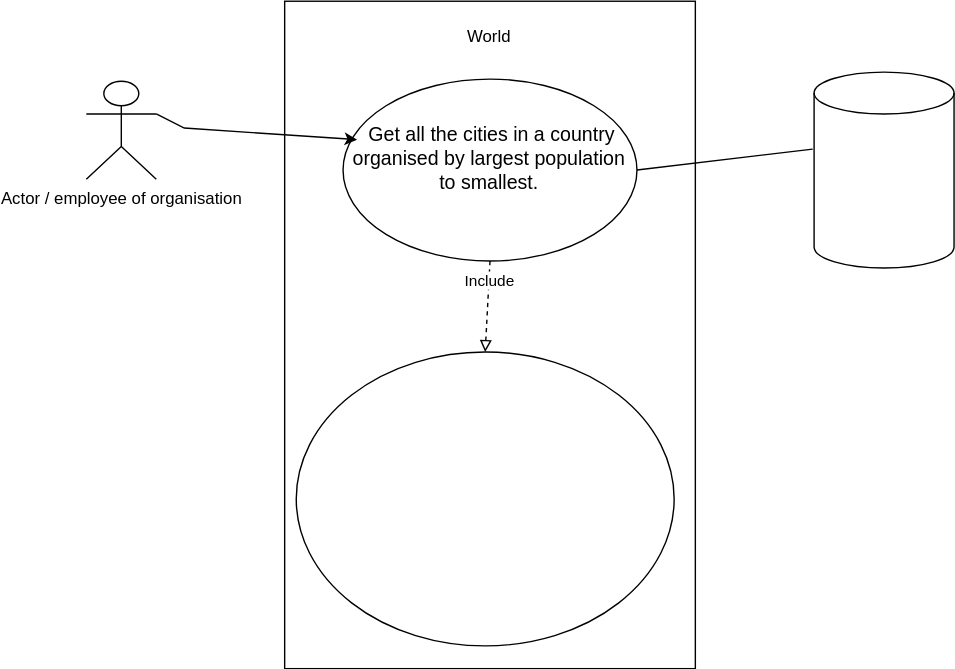
RoryM18/sem_group20 keeps this draw.io diagram as use-cases/populationDiagram.svg. Above is the earlier version. Source tidied: cells renumbered, new cells last; positions are measured from the earlier drawing's top-left corner, leaving out a move shared by most shapes.
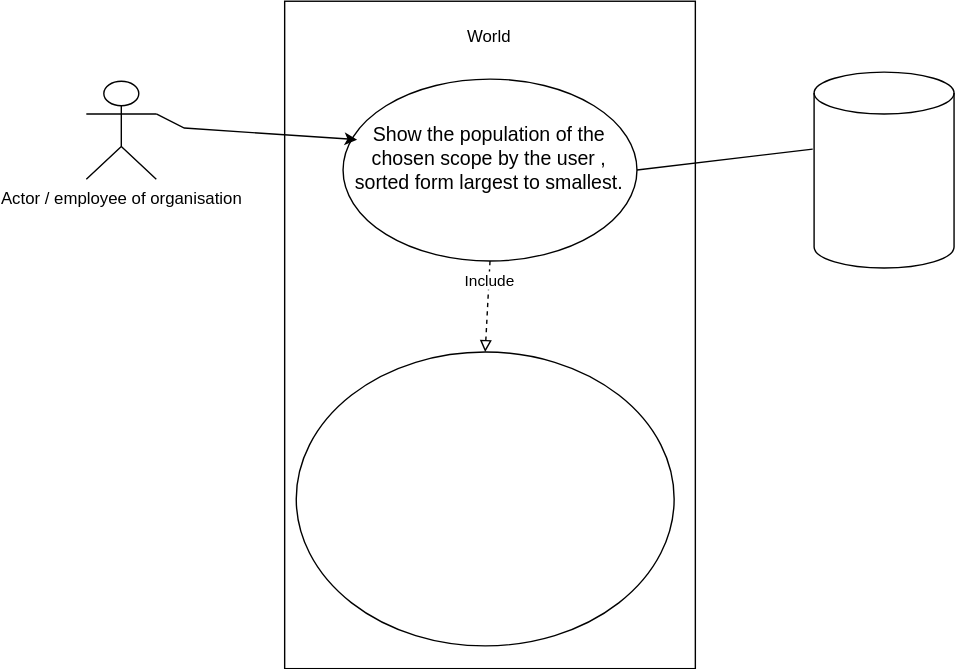
The same file after the commit.

What changed in the source:
```diff
@@ -11,7 +11,7 @@
     <mxCell id="4" value="World" style="text;html=1;strokeColor=none;fillColor=none;align=center;verticalAlign=middle;whiteSpace=wrap;rounded=0;" parent="1" vertex="1">
       <mxGeometry x="258.4" width="60" height="30" as="geometry" />
     </mxCell>
-    <mxCell id="5" value="&lt;p dir=&quot;auto&quot; style=&quot;box-sizing: border-box ; margin-top: 0px ; margin-bottom: 16px ; font-size: 14px ; font-style: normal ; font-weight: normal ; letter-spacing: normal ; text-indent: 0px ; text-transform: none ; word-spacing: 0px ; text-decoration: none&quot;&gt;&lt;span&gt;&amp;nbsp;Get all the cities in a country organised by largest population to smallest.&lt;/span&gt;&lt;/p&gt;" style="ellipse;whiteSpace=wrap;html=1;" parent="1" vertex="1">
+    <mxCell id="5" value="&lt;p dir=&quot;auto&quot; style=&quot;box-sizing: border-box ; margin-top: 0px ; margin-bottom: 16px ; font-size: 14px ; font-style: normal ; font-weight: normal ; letter-spacing: normal ; text-indent: 0px ; text-transform: none ; word-spacing: 0px ; text-decoration: none&quot;&gt;&lt;span&gt;Show the population of the chosen scope by the user , sorted form largest to smallest.&lt;/span&gt;&lt;/p&gt;" style="ellipse;whiteSpace=wrap;html=1;" parent="1" vertex="1">
       <mxGeometry x="183.4" y="45" width="210" height="130" as="geometry" />
     </mxCell>
     <mxCell id="6" value="&lt;font color=&quot;#ffffff&quot;&gt;Print&lt;br&gt;Name of the continent/region/country&lt;br&gt;Total population of the continent/region/country&lt;br&gt;Total population of the conyinet/region/country living in cities (including a %)&lt;br&gt;The total population of the continent/region/country not living in cities&amp;nbsp;&lt;/font&gt;" style="ellipse;whiteSpace=wrap;html=1;fontColor=#000000;" parent="1" vertex="1">
```
